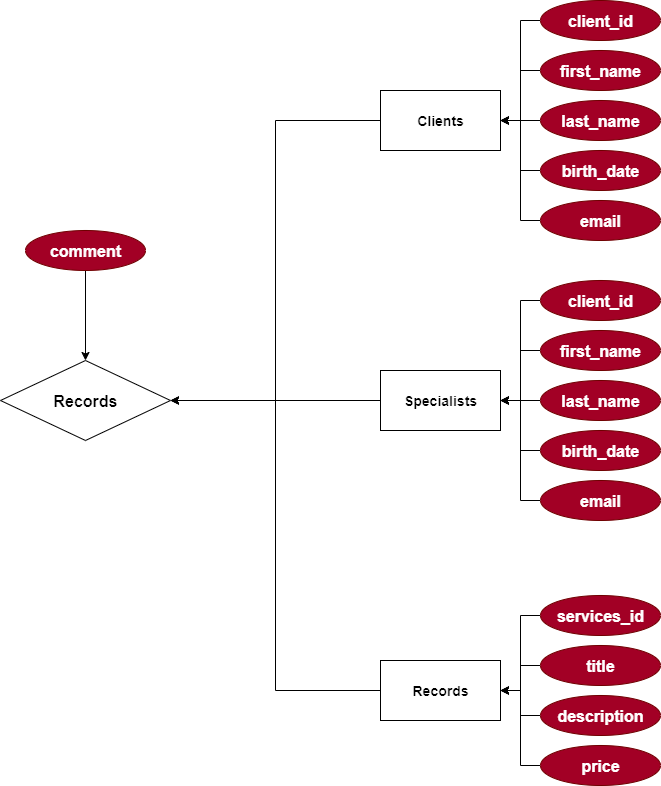
Pricolistok/Databases keeps this draw.io diagram as Labs/Lab_01/scheme/scheme2.drawio.png. Above is the earlier version. Source tidied: cells renumbered, new cells last; positions are measured from the earlier drawing's top-left corner, leaving out a move shared by most shapes.
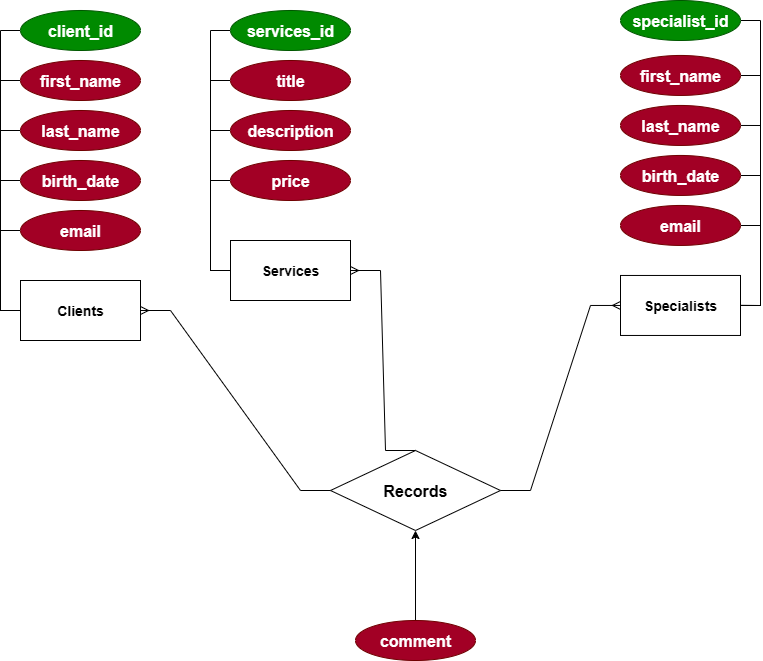
The same file after the commit.

What changed in the source:
```diff
@@ -2,116 +2,181 @@
   <root>
     <mxCell id="0" />
     <mxCell id="1" parent="0" />
-    <mxCell id="2" style="edgeStyle=orthogonalEdgeStyle;rounded=0;jettySize=auto;html=1;entryX=1;entryY=0.5;entryDx=0;entryDy=0;" parent="1" edge="1" source="3" target="36">
-      <mxGeometry relative="1" as="geometry" />
-    </mxCell>
     <mxCell id="3" value="&lt;span style=&quot;text-wrap-mode: nowrap;&quot;&gt;&lt;b&gt;Specialists&lt;/b&gt;&lt;/span&gt;" style="rounded=0;whiteSpace=wrap;html=1;fillColor=light-dark(#FFFFFF,#A9C4EB);fontColor=light-dark(#000000,#000000);fontSize=14;" parent="1" vertex="1">
-      <mxGeometry x="380" y="370" width="120" height="60" as="geometry" />
+      <mxGeometry x="610" y="155" width="120" height="60" as="geometry" />
     </mxCell>
-    <mxCell id="4" style="edgeStyle=orthogonalEdgeStyle;rounded=0;jettySize=auto;html=1;entryX=1;entryY=0.5;entryDx=0;entryDy=0;" parent="1" edge="1" source="5" target="3">
-      <mxGeometry relative="1" as="geometry" />
+    <mxCell id="4" style="edgeStyle=orthogonalEdgeStyle;rounded=0;jettySize=auto;html=1;entryX=1;entryY=0.5;entryDx=0;entryDy=0;endArrow=none;endFill=0;" parent="1" edge="1" source="5" target="3">
+      <mxGeometry relative="1" as="geometry">
+        <Array as="points">
+          <mxPoint x="750" y="-45" />
+          <mxPoint x="750" y="185" />
+        </Array>
+      </mxGeometry>
     </mxCell>
     <mxCell id="5" value="first_name" style="ellipse;whiteSpace=wrap;html=1;fillColor=light-dark(#A20025,#990000);fontColor=#ffffff;strokeColor=#6F0000;fontSize=16;fontStyle=1;" parent="1" vertex="1">
-      <mxGeometry x="540" y="330" width="120" height="40" as="geometry" />
+      <mxGeometry x="610" y="-65" width="120" height="40" as="geometry" />
     </mxCell>
-    <mxCell id="6" style="edgeStyle=orthogonalEdgeStyle;rounded=0;jettySize=auto;html=1;entryX=1;entryY=0.5;entryDx=0;entryDy=0;" parent="1" edge="1" source="7" target="3">
+    <mxCell id="6" style="edgeStyle=orthogonalEdgeStyle;rounded=0;jettySize=auto;html=1;exitX=1;exitY=0.5;exitDx=0;exitDy=0;entryX=1;entryY=0.5;entryDx=0;entryDy=0;endArrow=none;endFill=0;" parent="1" edge="1" source="7" target="3">
       <mxGeometry relative="1" as="geometry" />
     </mxCell>
     <mxCell id="7" value="&lt;div style=&quot;text-align: left;&quot;&gt;&lt;span style=&quot;background-color: transparent;&quot;&gt;last_name&lt;/span&gt;&lt;/div&gt;" style="ellipse;whiteSpace=wrap;html=1;fillColor=light-dark(#A20025,#990000);fontColor=#ffffff;strokeColor=#6F0000;fontSize=16;fontStyle=1;" parent="1" vertex="1">
-      <mxGeometry x="540" y="380" width="120" height="40" as="geometry" />
+      <mxGeometry x="610" y="-15" width="120" height="40" as="geometry" />
     </mxCell>
-    <mxCell id="8" style="edgeStyle=orthogonalEdgeStyle;rounded=0;jettySize=auto;html=1;exitX=0;exitY=0.5;exitDx=0;exitDy=0;entryX=1;entryY=0.5;entryDx=0;entryDy=0;" parent="1" edge="1" source="9" target="3">
-      <mxGeometry relative="1" as="geometry" />
+    <mxCell id="8" style="edgeStyle=orthogonalEdgeStyle;rounded=0;jettySize=auto;html=1;entryX=1;entryY=0.5;entryDx=0;entryDy=0;endArrow=none;endFill=0;" parent="1" edge="1" source="9" target="3">
+      <mxGeometry relative="1" as="geometry">
+        <Array as="points">
+          <mxPoint x="750" y="55" />
+          <mxPoint x="750" y="185" />
+        </Array>
+      </mxGeometry>
     </mxCell>
     <mxCell id="9" value="&lt;div style=&quot;text-align: left;&quot;&gt;&lt;span style=&quot;background-color: transparent;&quot;&gt;birth_date&lt;/span&gt;&lt;/div&gt;" style="ellipse;whiteSpace=wrap;html=1;fillColor=light-dark(#A20025,#990000);fontColor=#ffffff;strokeColor=#6F0000;fontSize=16;fontStyle=1;" parent="1" vertex="1">
-      <mxGeometry x="540" y="430" width="120" height="40" as="geometry" />
+      <mxGeometry x="610" y="35" width="120" height="40" as="geometry" />
     </mxCell>
-    <mxCell id="10" style="edgeStyle=orthogonalEdgeStyle;rounded=0;jettySize=auto;html=1;entryX=1;entryY=0.5;entryDx=0;entryDy=0;" parent="1" edge="1" source="11" target="3">
-      <mxGeometry relative="1" as="geometry" />
+    <mxCell id="10" style="edgeStyle=orthogonalEdgeStyle;rounded=0;jettySize=auto;html=1;entryX=1;entryY=0.5;entryDx=0;entryDy=0;endArrow=none;endFill=0;" parent="1" edge="1" source="11" target="3">
+      <mxGeometry relative="1" as="geometry">
+        <Array as="points">
+          <mxPoint x="750" y="105" />
+          <mxPoint x="750" y="185" />
+        </Array>
+      </mxGeometry>
     </mxCell>
     <mxCell id="11" value="&lt;div style=&quot;text-align: left;&quot;&gt;&lt;span style=&quot;background-color: transparent;&quot;&gt;email&lt;/span&gt;&lt;/div&gt;" style="ellipse;whiteSpace=wrap;html=1;fillColor=light-dark(#A20025,#990000);fontColor=#ffffff;strokeColor=#6F0000;fontSize=16;fontStyle=1;" parent="1" vertex="1">
-      <mxGeometry x="540" y="480" width="120" height="40" as="geometry" />
+      <mxGeometry x="610" y="85" width="120" height="40" as="geometry" />
     </mxCell>
-    <mxCell id="12" style="edgeStyle=orthogonalEdgeStyle;rounded=0;jettySize=auto;html=1;entryX=1;entryY=0.5;entryDx=0;entryDy=0;" parent="1" edge="1" source="13" target="3">
-      <mxGeometry relative="1" as="geometry" />
+    <mxCell id="12" style="edgeStyle=orthogonalEdgeStyle;rounded=0;jettySize=auto;html=1;entryX=1;entryY=0.5;entryDx=0;entryDy=0;endArrow=none;endFill=0;" parent="1" edge="1" source="13" target="3">
+      <mxGeometry relative="1" as="geometry">
+        <Array as="points">
+          <mxPoint x="750" y="-100" />
+          <mxPoint x="750" y="185" />
+        </Array>
+      </mxGeometry>
     </mxCell>
-    <mxCell id="13" value="&lt;span style=&quot;text-align: left;&quot;&gt;client_id&lt;/span&gt;" style="ellipse;whiteSpace=wrap;html=1;fillColor=light-dark(#A20025,#990000);fontColor=#ffffff;strokeColor=#6F0000;fontSize=16;fontStyle=1;" parent="1" vertex="1">
-      <mxGeometry x="540" y="280" width="120" height="40" as="geometry" />
+    <mxCell id="13" value="&lt;span style=&quot;text-align: left;&quot;&gt;specialist_id&lt;/span&gt;" style="ellipse;whiteSpace=wrap;html=1;fillColor=#008a00;fontColor=#ffffff;strokeColor=#005700;fontSize=16;fontStyle=1;" parent="1" vertex="1">
+      <mxGeometry x="610" y="-120" width="120" height="40" as="geometry" />
     </mxCell>
-    <mxCell id="14" style="edgeStyle=orthogonalEdgeStyle;rounded=0;jettySize=auto;html=1;entryX=1;entryY=0.5;entryDx=0;entryDy=0;" parent="1" edge="1" source="15" target="36">
-      <mxGeometry relative="1" as="geometry" />
-    </mxCell>
     <mxCell id="15" value="&lt;span style=&quot;font-weight: 700; text-wrap-mode: nowrap;&quot;&gt;Clients&lt;/span&gt;" style="rounded=0;whiteSpace=wrap;html=1;fillColor=light-dark(#FFFFFF,#A9C4EB);fontColor=light-dark(#000000,#000000);fontSize=14;" parent="1" vertex="1">
-      <mxGeometry x="380" y="90" width="120" height="60" as="geometry" />
+      <mxGeometry x="10" y="160" width="120" height="60" as="geometry" />
     </mxCell>
-    <mxCell id="16" style="edgeStyle=orthogonalEdgeStyle;rounded=0;jettySize=auto;html=1;entryX=1;entryY=0.5;entryDx=0;entryDy=0;" parent="1" edge="1" source="17" target="15">
-      <mxGeometry relative="1" as="geometry" />
+    <mxCell id="16" style="edgeStyle=orthogonalEdgeStyle;rounded=0;jettySize=auto;html=1;entryX=0;entryY=0.5;entryDx=0;entryDy=0;endArrow=none;endFill=0;" parent="1" edge="1" source="17" target="15">
+      <mxGeometry relative="1" as="geometry">
+        <Array as="points">
+          <mxPoint x="-10" y="-40" />
+          <mxPoint x="-10" y="190" />
+        </Array>
+      </mxGeometry>
     </mxCell>
     <mxCell id="17" value="first_name" style="ellipse;whiteSpace=wrap;html=1;fillColor=light-dark(#A20025,#990000);fontColor=#ffffff;strokeColor=#6F0000;fontSize=16;fontStyle=1;" parent="1" vertex="1">
-      <mxGeometry x="540" y="50" width="120" height="40" as="geometry" />
+      <mxGeometry x="10" y="-60" width="120" height="40" as="geometry" />
     </mxCell>
-    <mxCell id="18" style="edgeStyle=orthogonalEdgeStyle;rounded=0;jettySize=auto;html=1;entryX=1;entryY=0.5;entryDx=0;entryDy=0;" parent="1" edge="1" source="19" target="15">
-      <mxGeometry relative="1" as="geometry" />
+    <mxCell id="18" style="edgeStyle=orthogonalEdgeStyle;rounded=0;jettySize=auto;html=1;entryX=0;entryY=0.5;entryDx=0;entryDy=0;endArrow=none;endFill=0;" parent="1" edge="1" source="19" target="15">
+      <mxGeometry relative="1" as="geometry">
+        <Array as="points">
+          <mxPoint x="-10" y="10" />
+          <mxPoint x="-10" y="190" />
+        </Array>
+      </mxGeometry>
     </mxCell>
     <mxCell id="19" value="&lt;div style=&quot;text-align: left;&quot;&gt;&lt;span style=&quot;background-color: transparent;&quot;&gt;last_name&lt;/span&gt;&lt;/div&gt;" style="ellipse;whiteSpace=wrap;html=1;fillColor=light-dark(#A20025,#990000);fontColor=#ffffff;strokeColor=#6F0000;fontSize=16;fontStyle=1;" parent="1" vertex="1">
-      <mxGeometry x="540" y="100" width="120" height="40" as="geometry" />
+      <mxGeometry x="10" y="-10" width="120" height="40" as="geometry" />
     </mxCell>
-    <mxCell id="20" style="edgeStyle=orthogonalEdgeStyle;rounded=0;jettySize=auto;html=1;entryX=1;entryY=0.5;entryDx=0;entryDy=0;" parent="1" edge="1" source="21" target="15">
-      <mxGeometry relative="1" as="geometry" />
+    <mxCell id="20" style="edgeStyle=orthogonalEdgeStyle;rounded=0;jettySize=auto;html=1;entryX=0;entryY=0.5;entryDx=0;entryDy=0;endArrow=none;endFill=0;" parent="1" edge="1" source="21" target="15">
+      <mxGeometry relative="1" as="geometry">
+        <Array as="points">
+          <mxPoint x="-10" y="60" />
+          <mxPoint x="-10" y="190" />
+        </Array>
+      </mxGeometry>
     </mxCell>
     <mxCell id="21" value="&lt;div style=&quot;text-align: left;&quot;&gt;&lt;span style=&quot;background-color: transparent;&quot;&gt;birth_date&lt;/span&gt;&lt;/div&gt;" style="ellipse;whiteSpace=wrap;html=1;fillColor=light-dark(#A20025,#990000);fontColor=#ffffff;strokeColor=#6F0000;fontSize=16;fontStyle=1;" parent="1" vertex="1">
-      <mxGeometry x="540" y="150" width="120" height="40" as="geometry" />
+      <mxGeometry x="10" y="40" width="120" height="40" as="geometry" />
     </mxCell>
-    <mxCell id="22" style="edgeStyle=orthogonalEdgeStyle;rounded=0;jettySize=auto;html=1;entryX=1;entryY=0.5;entryDx=0;entryDy=0;" parent="1" edge="1" source="23" target="15">
-      <mxGeometry relative="1" as="geometry" />
+    <mxCell id="22" style="edgeStyle=orthogonalEdgeStyle;rounded=0;jettySize=auto;html=1;entryX=0;entryY=0.5;entryDx=0;entryDy=0;endArrow=none;endFill=0;" parent="1" edge="1" source="23" target="15">
+      <mxGeometry relative="1" as="geometry">
+        <Array as="points">
+          <mxPoint x="-10" y="110" />
+          <mxPoint x="-10" y="190" />
+        </Array>
+      </mxGeometry>
     </mxCell>
     <mxCell id="23" value="&lt;div style=&quot;text-align: left;&quot;&gt;&lt;span style=&quot;background-color: transparent;&quot;&gt;email&lt;/span&gt;&lt;/div&gt;" style="ellipse;whiteSpace=wrap;html=1;fillColor=light-dark(#A20025,#990000);fontColor=#ffffff;strokeColor=#6F0000;fontSize=16;fontStyle=1;" parent="1" vertex="1">
-      <mxGeometry x="540" y="200" width="120" height="40" as="geometry" />
+      <mxGeometry x="10" y="90" width="120" height="40" as="geometry" />
     </mxCell>
-    <mxCell id="24" style="edgeStyle=orthogonalEdgeStyle;rounded=0;jettySize=auto;html=1;entryX=1;entryY=0.5;entryDx=0;entryDy=0;" parent="1" edge="1" source="25" target="15">
-      <mxGeometry relative="1" as="geometry" />
+    <mxCell id="24" style="edgeStyle=orthogonalEdgeStyle;rounded=0;jettySize=auto;html=1;entryX=0;entryY=0.5;entryDx=0;entryDy=0;endArrow=none;endFill=0;" parent="1" edge="1" source="25" target="15">
+      <mxGeometry relative="1" as="geometry">
+        <Array as="points">
+          <mxPoint x="-10" y="-90" />
+          <mxPoint x="-10" y="190" />
+        </Array>
+      </mxGeometry>
     </mxCell>
-    <mxCell id="25" value="&lt;span style=&quot;text-align: left;&quot;&gt;client_id&lt;/span&gt;" style="ellipse;whiteSpace=wrap;html=1;fillColor=light-dark(#A20025,#990000);fontColor=#ffffff;strokeColor=#6F0000;fontSize=16;fontStyle=1;" parent="1" vertex="1">
-      <mxGeometry x="540" width="120" height="40" as="geometry" />
+    <mxCell id="25" value="&lt;span style=&quot;text-align: left;&quot;&gt;client_id&lt;/span&gt;" style="ellipse;whiteSpace=wrap;html=1;fillColor=#008a00;fontColor=#ffffff;strokeColor=#005700;fontSize=16;fontStyle=1;" parent="1" vertex="1">
+      <mxGeometry x="10" y="-110" width="120" height="40" as="geometry" />
     </mxCell>
-    <mxCell id="26" style="edgeStyle=orthogonalEdgeStyle;rounded=0;jettySize=auto;html=1;entryX=1;entryY=0.5;entryDx=0;entryDy=0;" parent="1" edge="1" source="27" target="36">
-      <mxGeometry relative="1" as="geometry" />
-    </mxCell>
-    <mxCell id="27" value="&lt;span style=&quot;text-wrap-mode: nowrap;&quot;&gt;&lt;b&gt;Records&lt;/b&gt;&lt;/span&gt;" style="rounded=0;whiteSpace=wrap;html=1;fillColor=light-dark(#FFFFFF,#A9C4EB);fontColor=light-dark(#000000,#000000);fontSize=14;" parent="1" vertex="1">
-      <mxGeometry x="380" y="660" width="120" height="60" as="geometry" />
+    <mxCell id="27" value="&lt;span style=&quot;text-wrap-mode: nowrap;&quot;&gt;&lt;b&gt;Services&lt;/b&gt;&lt;/span&gt;" style="rounded=0;whiteSpace=wrap;html=1;fillColor=light-dark(#FFFFFF,#A9C4EB);fontColor=light-dark(#000000,#000000);fontSize=14;" parent="1" vertex="1">
+      <mxGeometry x="220" y="120" width="120" height="60" as="geometry" />
     </mxCell>
-    <mxCell id="28" style="edgeStyle=orthogonalEdgeStyle;rounded=0;jettySize=auto;html=1;entryX=1;entryY=0.5;entryDx=0;entryDy=0;" parent="1" edge="1" source="29" target="27">
-      <mxGeometry relative="1" as="geometry" />
+    <mxCell id="28" style="edgeStyle=orthogonalEdgeStyle;rounded=0;jettySize=auto;html=1;entryX=0;entryY=0.5;entryDx=0;entryDy=0;endArrow=none;endFill=0;" parent="1" edge="1" source="29" target="27">
+      <mxGeometry relative="1" as="geometry">
+        <Array as="points">
+          <mxPoint x="200" y="-40" />
+          <mxPoint x="200" y="150" />
+        </Array>
+      </mxGeometry>
     </mxCell>
     <mxCell id="29" value="title" style="ellipse;whiteSpace=wrap;html=1;fillColor=light-dark(#A20025,#990000);fontColor=#ffffff;strokeColor=#6F0000;fontSize=16;fontStyle=1;" parent="1" vertex="1">
-      <mxGeometry x="540" y="645" width="120" height="40" as="geometry" />
+      <mxGeometry x="220" y="-60" width="120" height="40" as="geometry" />
     </mxCell>
-    <mxCell id="30" style="edgeStyle=orthogonalEdgeStyle;rounded=0;jettySize=auto;html=1;entryX=1;entryY=0.5;entryDx=0;entryDy=0;" parent="1" edge="1" source="31" target="27">
-      <mxGeometry relative="1" as="geometry" />
+    <mxCell id="30" style="edgeStyle=orthogonalEdgeStyle;rounded=0;jettySize=auto;html=1;entryX=0;entryY=0.5;entryDx=0;entryDy=0;endArrow=none;endFill=0;" parent="1" edge="1" source="31" target="27">
+      <mxGeometry relative="1" as="geometry">
+        <Array as="points">
+          <mxPoint x="200" y="10" />
+          <mxPoint x="200" y="150" />
+        </Array>
+      </mxGeometry>
     </mxCell>
     <mxCell id="31" value="&lt;div style=&quot;text-align: left;&quot;&gt;description&lt;/div&gt;" style="ellipse;whiteSpace=wrap;html=1;fillColor=light-dark(#A20025,#990000);fontColor=#ffffff;strokeColor=#6F0000;fontSize=16;fontStyle=1;" parent="1" vertex="1">
-      <mxGeometry x="540" y="695" width="120" height="40" as="geometry" />
+      <mxGeometry x="220" y="-10" width="120" height="40" as="geometry" />
     </mxCell>
-    <mxCell id="32" style="edgeStyle=orthogonalEdgeStyle;rounded=0;jettySize=auto;html=1;entryX=1;entryY=0.5;entryDx=0;entryDy=0;" parent="1" edge="1" source="33" target="27">
-      <mxGeometry relative="1" as="geometry" />
+    <mxCell id="32" style="edgeStyle=orthogonalEdgeStyle;rounded=0;jettySize=auto;html=1;entryX=0;entryY=0.5;entryDx=0;entryDy=0;endArrow=none;endFill=0;" parent="1" edge="1" source="33" target="27">
+      <mxGeometry relative="1" as="geometry">
+        <Array as="points">
+          <mxPoint x="200" y="60" />
+          <mxPoint x="200" y="150" />
+        </Array>
+      </mxGeometry>
     </mxCell>
     <mxCell id="33" value="&lt;div style=&quot;text-align: left;&quot;&gt;price&lt;/div&gt;" style="ellipse;whiteSpace=wrap;html=1;fillColor=light-dark(#A20025,#990000);fontColor=#ffffff;strokeColor=#6F0000;fontSize=16;fontStyle=1;" parent="1" vertex="1">
-      <mxGeometry x="540" y="745" width="120" height="40" as="geometry" />
+      <mxGeometry x="220" y="40" width="120" height="40" as="geometry" />
     </mxCell>
-    <mxCell id="34" style="edgeStyle=orthogonalEdgeStyle;rounded=0;jettySize=auto;html=1;entryX=1;entryY=0.5;entryDx=0;entryDy=0;" parent="1" edge="1" source="35" target="27">
-      <mxGeometry relative="1" as="geometry" />
+    <mxCell id="34" style="edgeStyle=orthogonalEdgeStyle;rounded=0;jettySize=auto;html=1;entryX=0;entryY=0.5;entryDx=0;entryDy=0;endArrow=none;endFill=0;" parent="1" edge="1" source="35" target="27">
+      <mxGeometry relative="1" as="geometry">
+        <Array as="points">
+          <mxPoint x="200" y="-90" />
+          <mxPoint x="200" y="150" />
+        </Array>
+      </mxGeometry>
     </mxCell>
-    <mxCell id="35" value="&lt;div style=&quot;text-align: left;&quot;&gt;&lt;span style=&quot;background-color: transparent;&quot;&gt;services_id&lt;/span&gt;&lt;/div&gt;" style="ellipse;whiteSpace=wrap;html=1;fillColor=light-dark(#A20025,#990000);fontColor=#ffffff;strokeColor=#6F0000;fontSize=16;fontStyle=1;" parent="1" vertex="1">
-      <mxGeometry x="540" y="595" width="120" height="40" as="geometry" />
+    <mxCell id="35" value="&lt;div style=&quot;text-align: left;&quot;&gt;&lt;span style=&quot;background-color: transparent;&quot;&gt;services_id&lt;/span&gt;&lt;/div&gt;" style="ellipse;whiteSpace=wrap;html=1;fillColor=#008a00;fontColor=#ffffff;strokeColor=#005700;fontSize=16;fontStyle=1;" parent="1" vertex="1">
+      <mxGeometry x="220" y="-110" width="120" height="40" as="geometry" />
     </mxCell>
     <mxCell id="36" value="Records" style="rhombus;whiteSpace=wrap;html=1;strokeColor=light-dark(#000000,#990000);fillColor=light-dark(#FFFFFF,#FFFF99);fontColor=light-dark(#000000,#000000);fontSize=16;fontStyle=1;" parent="1" vertex="1">
-      <mxGeometry y="360" width="170" height="80" as="geometry" />
+      <mxGeometry x="320" y="330" width="170" height="80" as="geometry" />
     </mxCell>
-    <mxCell id="37" style="edgeStyle=orthogonalEdgeStyle;rounded=0;jettySize=auto;html=1;entryX=0.5;entryY=0;entryDx=0;entryDy=0;" parent="1" edge="1" source="38" target="36">
+    <mxCell id="37" style="edgeStyle=orthogonalEdgeStyle;rounded=0;jettySize=auto;html=1;entryX=0.5;entryY=1;entryDx=0;entryDy=0;" parent="1" edge="1" source="38" target="36">
       <mxGeometry relative="1" as="geometry" />
     </mxCell>
     <mxCell id="38" value="&lt;div style=&quot;text-align: left;&quot;&gt;&lt;span style=&quot;background-color: transparent;&quot;&gt;comment&lt;/span&gt;&lt;/div&gt;" style="ellipse;whiteSpace=wrap;html=1;fillColor=light-dark(#A20025,#990000);fontColor=#ffffff;strokeColor=#6F0000;fontSize=16;fontStyle=1;" parent="1" vertex="1">
-      <mxGeometry x="25" y="230" width="120" height="40" as="geometry" />
+      <mxGeometry x="345" y="500" width="120" height="40" as="geometry" />
     </mxCell>
+    <mxCell id="39" style="edgeStyle=entityRelationEdgeStyle;fontSize=12;html=1;endArrow=ERmany;endFill=0;rounded=0;entryX=1;entryY=0.5;entryDx=0;entryDy=0;exitX=0;exitY=0.5;exitDx=0;exitDy=0;" parent="1" edge="1" source="36" target="15">
+      <mxGeometry relative="1" as="geometry" />
+    </mxCell>
+    <mxCell id="40" style="edgeStyle=entityRelationEdgeStyle;fontSize=12;html=1;endArrow=ERmany;endFill=0;rounded=0;entryX=0;entryY=0.5;entryDx=0;entryDy=0;" parent="1" edge="1" source="36" target="3">
+      <mxGeometry relative="1" as="geometry" />
+    </mxCell>
+    <mxCell id="41" style="edgeStyle=entityRelationEdgeStyle;fontSize=12;html=1;endArrow=ERmany;endFill=0;rounded=0;entryX=1;entryY=0.5;entryDx=0;entryDy=0;exitX=0.5;exitY=0;exitDx=0;exitDy=0;" parent="1" edge="1" source="36" target="27">
+      <mxGeometry relative="1" as="geometry" />
+    </mxCell>
   </root>
 </mxGraphModel>
```
